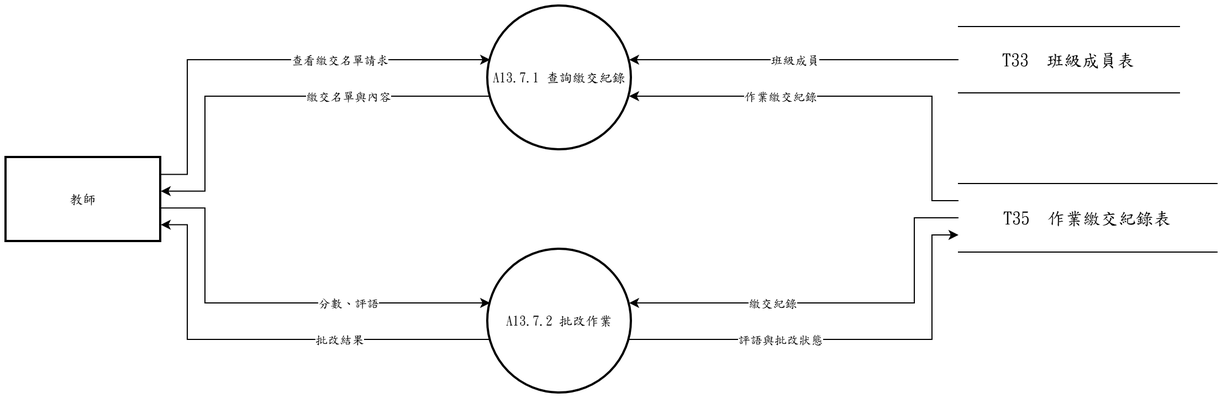
The draw.io diagram 系統文件/第6章/DFD圖/圖13/圖13-7.drawio.png in s22452007/115502, before a commit. Source tidied: cells renumbered, new cells last; positions are measured from the earlier drawing's top-left corner, leaving out a move shared by most shapes.
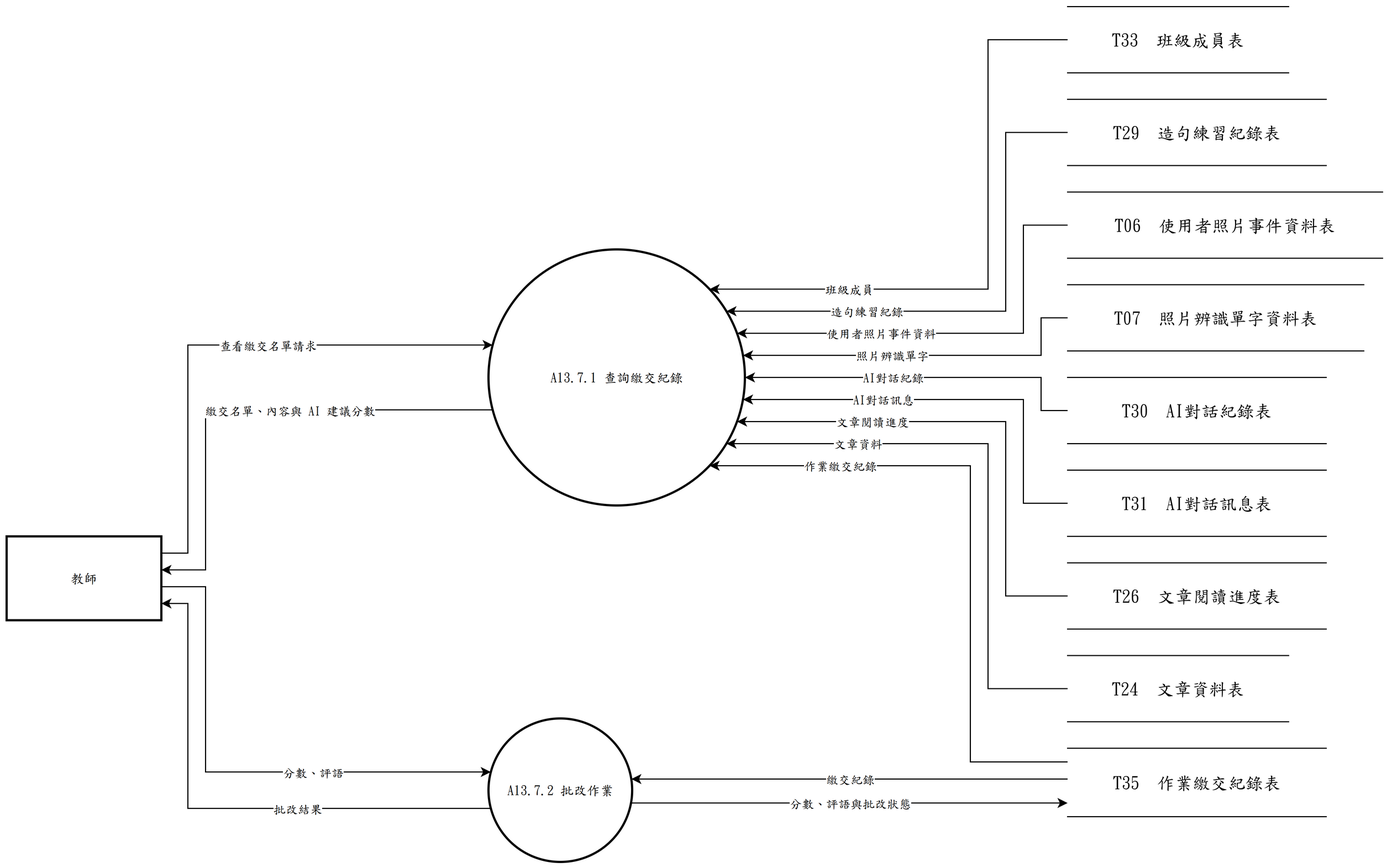
After the change.

Change to the diagram source:
```diff
@@ -3,102 +3,195 @@
     <mxCell id="0" />
     <mxCell id="1" parent="0" />
     <mxCell id="2" value="A13.7.1 查詢繳交紀錄" style="ellipse;strokeWidth=2;whiteSpace=wrap;html=1;fontFamily=標楷體;" parent="1" vertex="1">
-      <mxGeometry x="436" width="130" height="130" as="geometry" />
+      <mxGeometry x="436" y="200" width="232" height="232" as="geometry" />
     </mxCell>
     <mxCell id="3" value="A13.7.2 批改作業" style="ellipse;strokeWidth=2;whiteSpace=wrap;html=1;fontFamily=標楷體;" parent="1" vertex="1">
-      <mxGeometry x="436" y="220" width="130" height="130" as="geometry" />
+      <mxGeometry x="436" y="625" width="130" height="130" as="geometry" />
     </mxCell>
     <mxCell id="4" value="教師" style="whiteSpace=wrap;strokeWidth=2;html=1;fontFamily=標楷體;" parent="1" vertex="1">
-      <mxGeometry y="137" width="140" height="76" as="geometry" />
+      <mxGeometry y="460" width="140" height="76" as="geometry" />
     </mxCell>
     <mxCell id="5" value="T33  班級成員表" style="shape=partialRectangle;whiteSpace=wrap;html=1;left=0;right=0;fontFamily=標楷體;fontSize=16;" parent="1" vertex="1">
-      <mxGeometry x="862" y="18.5" width="200" height="60" as="geometry" />
+      <mxGeometry x="960" y="-20" width="200" height="60" as="geometry" />
     </mxCell>
+    <mxCell id="23" value="T24  文章資料表" style="shape=partialRectangle;whiteSpace=wrap;html=1;left=0;right=0;fontFamily=標楷體;fontSize=16;" parent="1" vertex="1">
+      <mxGeometry x="960" y="568" width="200" height="60" as="geometry" />
+    </mxCell>
+    <mxCell id="24" value="T26  文章閱讀進度表" style="shape=partialRectangle;whiteSpace=wrap;html=1;left=0;right=0;fontFamily=標楷體;fontSize=16;" parent="1" vertex="1">
+      <mxGeometry x="960" y="484" width="234" height="60" as="geometry" />
+    </mxCell>
+    <mxCell id="25" value="T31  AI對話訊息表" style="shape=partialRectangle;whiteSpace=wrap;html=1;left=0;right=0;fontFamily=標楷體;fontSize=16;" parent="1" vertex="1">
+      <mxGeometry x="960" y="400" width="234" height="60" as="geometry" />
+    </mxCell>
+    <mxCell id="26" value="T30  AI對話紀錄表" style="shape=partialRectangle;whiteSpace=wrap;html=1;left=0;right=0;fontFamily=標楷體;fontSize=16;" parent="1" vertex="1">
+      <mxGeometry x="960" y="316" width="234" height="60" as="geometry" />
+    </mxCell>
+    <mxCell id="27" value="T07  照片辨識單字資料表" style="shape=partialRectangle;whiteSpace=wrap;html=1;left=0;right=0;fontFamily=標楷體;fontSize=16;" parent="1" vertex="1">
+      <mxGeometry x="960" y="232" width="268" height="60" as="geometry" />
+    </mxCell>
+    <mxCell id="28" value="T06  使用者照片事件資料表" style="shape=partialRectangle;whiteSpace=wrap;html=1;left=0;right=0;fontFamily=標楷體;fontSize=16;" parent="1" vertex="1">
+      <mxGeometry x="960" y="148" width="285" height="60" as="geometry" />
+    </mxCell>
+    <mxCell id="29" value="T29  造句練習紀錄表" style="shape=partialRectangle;whiteSpace=wrap;html=1;left=0;right=0;fontFamily=標楷體;fontSize=16;" parent="1" vertex="1">
+      <mxGeometry x="960" y="64" width="234" height="60" as="geometry" />
+    </mxCell>
     <mxCell id="6" value="T35  作業繳交紀錄表" style="shape=partialRectangle;whiteSpace=wrap;html=1;left=0;right=0;fontFamily=標楷體;fontSize=16;" parent="1" vertex="1">
-      <mxGeometry x="862" y="160.5" width="234" height="62" as="geometry" />
+      <mxGeometry x="960" y="652" width="234" height="62" as="geometry" />
     </mxCell>
     <mxCell id="7" style="edgeStyle=none;rounded=0;html=1;fontFamily=標楷體;endArrow=classic;exitX=1.0000;exitY=0.2000;exitDx=0;exitDy=0;exitPerimeter=0;entryX=0.0163;entryY=0.3733;entryDx=0;entryDy=0;entryPerimeter=0;" parent="1" edge="1" source="4" target="2">
       <mxGeometry relative="1" as="geometry">
         <Array as="points">
-          <mxPoint x="164" y="152.2" />
-          <mxPoint x="164" y="48.5" />
+          <mxPoint x="164" y="475.2" />
+          <mxPoint x="164" y="286.6" />
         </Array>
       </mxGeometry>
     </mxCell>
     <mxCell id="8" value="查看繳交名單請求" style="edgeLabel;html=1;align=center;verticalAlign=middle;fontFamily=標楷體;" parent="7" vertex="1">
-      <mxGeometry x="0.32" relative="1" as="geometry" />
+      <mxGeometry x="0.16" relative="1" as="geometry" />
     </mxCell>
-    <mxCell id="9" style="edgeStyle=none;rounded=0;html=1;fontFamily=標楷體;endArrow=classic;exitX=0.0000;exitY=0.2500;exitDx=0;exitDy=0;exitPerimeter=0;entryX=0.9837;entryY=0.6267;entryDx=0;entryDy=0;entryPerimeter=0;" parent="1" edge="1" source="6" target="2">
+    <mxCell id="9" style="edgeStyle=none;rounded=0;html=1;fontFamily=標楷體;endArrow=classic;exitX=0.0000;exitY=0.2000;exitDx=0;exitDy=0;exitPerimeter=0;entryX=0.8621;entryY=0.8448;entryDx=0;entryDy=0;entryPerimeter=0;" parent="1" edge="1" source="6" target="2">
       <mxGeometry relative="1" as="geometry">
         <Array as="points">
-          <mxPoint x="838" y="176" />
-          <mxPoint x="838" y="81.5" />
+          <mxPoint x="872" y="664.4" />
+          <mxPoint x="872" y="396" />
         </Array>
       </mxGeometry>
     </mxCell>
     <mxCell id="10" value="作業繳交紀錄" style="edgeLabel;html=1;align=center;verticalAlign=middle;fontFamily=標楷體;" parent="9" vertex="1">
-      <mxGeometry x="0.3" relative="1" as="geometry" />
+      <mxGeometry x="0.6" relative="1" as="geometry" />
     </mxCell>
-    <mxCell id="11" style="edgeStyle=none;rounded=0;html=1;fontFamily=標楷體;endArrow=classic;exitX=0.0000;exitY=0.5000;exitDx=0;exitDy=0;exitPerimeter=0;entryX=0.9837;entryY=0.3733;entryDx=0;entryDy=0;entryPerimeter=0;" parent="1" edge="1" source="5" target="2">
-      <mxGeometry relative="1" as="geometry" />
+    <mxCell id="11" style="edgeStyle=none;rounded=0;html=1;fontFamily=標楷體;endArrow=classic;exitX=0.0000;exitY=0.5000;exitDx=0;exitDy=0;exitPerimeter=0;entryX=0.8621;entryY=0.1552;entryDx=0;entryDy=0;entryPerimeter=0;" parent="1" edge="1" source="5" target="2">
+      <mxGeometry relative="1" as="geometry">
+        <Array as="points">
+          <mxPoint x="888" y="10" />
+          <mxPoint x="888" y="236" />
+        </Array>
+      </mxGeometry>
     </mxCell>
     <mxCell id="12" value="班級成員" style="edgeLabel;html=1;align=center;verticalAlign=middle;fontFamily=標楷體;" parent="11" vertex="1">
-      <mxGeometry relative="1" as="geometry" />
+      <mxGeometry x="0.54" relative="1" as="geometry" />
     </mxCell>
     <mxCell id="13" style="edgeStyle=none;rounded=0;html=1;fontFamily=標楷體;endArrow=classic;exitX=0.0163;exitY=0.6267;exitDx=0;exitDy=0;exitPerimeter=0;entryX=1.0000;entryY=0.4000;entryDx=0;entryDy=0;entryPerimeter=0;" parent="1" edge="1" source="2" target="4">
       <mxGeometry relative="1" as="geometry">
         <Array as="points">
-          <mxPoint x="180" y="81.5" />
-          <mxPoint x="180" y="167.4" />
+          <mxPoint x="180" y="345.4" />
+          <mxPoint x="180" y="490.4" />
         </Array>
       </mxGeometry>
     </mxCell>
-    <mxCell id="14" value="繳交名單與內容" style="edgeLabel;html=1;align=center;verticalAlign=middle;fontFamily=標楷體;" parent="13" vertex="1">
-      <mxGeometry x="-0.33" relative="1" as="geometry" />
+    <mxCell id="14" value="繳交名單、內容與 AI 建議分數" style="edgeLabel;html=1;align=center;verticalAlign=middle;fontFamily=標楷體;" parent="13" vertex="1">
+      <mxGeometry x="-0.17" relative="1" as="geometry" />
     </mxCell>
     <mxCell id="15" style="edgeStyle=none;rounded=0;html=1;fontFamily=標楷體;endArrow=classic;exitX=1.0000;exitY=0.6000;exitDx=0;exitDy=0;exitPerimeter=0;entryX=0.0163;entryY=0.3733;entryDx=0;entryDy=0;entryPerimeter=0;" parent="1" edge="1" source="4" target="3">
       <mxGeometry relative="1" as="geometry">
         <Array as="points">
-          <mxPoint x="180" y="182.6" />
-          <mxPoint x="180" y="268.5" />
+          <mxPoint x="180" y="505.6" />
+          <mxPoint x="180" y="673.5" />
         </Array>
       </mxGeometry>
     </mxCell>
     <mxCell id="16" value="分數、評語" style="edgeLabel;html=1;align=center;verticalAlign=middle;fontFamily=標楷體;" parent="15" vertex="1">
-      <mxGeometry x="0.33" relative="1" as="geometry" />
+      <mxGeometry x="0.31" relative="1" as="geometry" />
     </mxCell>
-    <mxCell id="17" style="edgeStyle=none;rounded=0;html=1;fontFamily=標楷體;endArrow=classic;exitX=0.0000;exitY=0.5000;exitDx=0;exitDy=0;exitPerimeter=0;entryX=0.9837;entryY=0.3733;entryDx=0;entryDy=0;entryPerimeter=0;" parent="1" edge="1" source="6" target="3">
-      <mxGeometry relative="1" as="geometry">
-        <Array as="points">
-          <mxPoint x="822" y="191.5" />
-          <mxPoint x="822" y="268.5" />
-        </Array>
-      </mxGeometry>
+    <mxCell id="17" style="edgeStyle=none;rounded=0;html=1;fontFamily=標楷體;endArrow=classic;exitX=0.0000;exitY=0.4500;exitDx=0;exitDy=0;exitPerimeter=0;entryX=0.9939;entryY=0.4223;entryDx=0;entryDy=0;entryPerimeter=0;" parent="1" edge="1" source="6" target="3">
+      <mxGeometry relative="1" as="geometry" />
     </mxCell>
     <mxCell id="18" value="繳交紀錄" style="edgeLabel;html=1;align=center;verticalAlign=middle;fontFamily=標楷體;" parent="17" vertex="1">
-      <mxGeometry x="0.31" relative="1" as="geometry" />
+      <mxGeometry relative="1" as="geometry" />
     </mxCell>
     <mxCell id="19" style="edgeStyle=none;rounded=0;html=1;fontFamily=標楷體;endArrow=classic;exitX=0.0163;exitY=0.6267;exitDx=0;exitDy=0;exitPerimeter=0;entryX=1.0000;entryY=0.8000;entryDx=0;entryDy=0;entryPerimeter=0;" parent="1" edge="1" source="3" target="4">
       <mxGeometry relative="1" as="geometry">
         <Array as="points">
-          <mxPoint x="164" y="301.5" />
-          <mxPoint x="164" y="197.8" />
+          <mxPoint x="164" y="706.5" />
+          <mxPoint x="164" y="520.8" />
         </Array>
       </mxGeometry>
     </mxCell>
     <mxCell id="20" value="批改結果" style="edgeLabel;html=1;align=center;verticalAlign=middle;fontFamily=標楷體;" parent="19" vertex="1">
-      <mxGeometry x="-0.32" relative="1" as="geometry" />
+      <mxGeometry x="-0.28" relative="1" as="geometry" />
     </mxCell>
-    <mxCell id="21" style="edgeStyle=none;rounded=0;html=1;fontFamily=標楷體;endArrow=classic;exitX=0.9837;exitY=0.6267;exitDx=0;exitDy=0;exitPerimeter=0;entryX=0.0000;entryY=0.7500;entryDx=0;entryDy=0;entryPerimeter=0;" parent="1" edge="1" source="3" target="6">
-      <mxGeometry relative="1" as="geometry">
-        <Array as="points">
-          <mxPoint x="838" y="301.5" />
-          <mxPoint x="838" y="207" />
-        </Array>
-      </mxGeometry>
+    <mxCell id="21" style="edgeStyle=none;rounded=0;html=1;fontFamily=標楷體;endArrow=classic;exitX=0.9920;exitY=0.5892;exitDx=0;exitDy=0;exitPerimeter=0;entryX=0.0000;entryY=0.8000;entryDx=0;entryDy=0;entryPerimeter=0;" parent="1" edge="1" source="3" target="6">
+      <mxGeometry relative="1" as="geometry" />
     </mxCell>
-    <mxCell id="22" value="評語與批改狀態" style="edgeLabel;html=1;align=center;verticalAlign=middle;fontFamily=標楷體;" parent="21" vertex="1">
-      <mxGeometry x="-0.3" relative="1" as="geometry" />
+    <mxCell id="22" value="分數、評語與批改狀態" style="edgeLabel;html=1;align=center;verticalAlign=middle;fontFamily=標楷體;" parent="21" vertex="1">
+      <mxGeometry relative="1" as="geometry" />
     </mxCell>
+    <mxCell id="30" style="edgeStyle=none;rounded=0;html=1;fontFamily=標楷體;endArrow=classic;exitX=0.0000;exitY=0.5000;exitDx=0;exitDy=0;exitPerimeter=0;entryX=0.9279;entryY=0.2414;entryDx=0;entryDy=0;entryPerimeter=0;" parent="1" edge="1" source="29" target="2">
+      <mxGeometry relative="1" as="geometry">
+        <Array as="points">
+          <mxPoint x="904" y="94" />
+          <mxPoint x="904" y="256" />
+        </Array>
+      </mxGeometry>
+    </mxCell>
+    <mxCell id="31" value="造句練習紀錄" style="edgeLabel;html=1;align=center;verticalAlign=middle;fontFamily=標楷體;" parent="30" vertex="1">
+      <mxGeometry x="0.46" relative="1" as="geometry" />
+    </mxCell>
+    <mxCell id="32" style="edgeStyle=none;rounded=0;html=1;fontFamily=標楷體;endArrow=classic;exitX=0.0000;exitY=0.5000;exitDx=0;exitDy=0;exitPerimeter=0;entryX=0.9693;entryY=0.3276;entryDx=0;entryDy=0;entryPerimeter=0;" parent="1" edge="1" source="28" target="2">
+      <mxGeometry relative="1" as="geometry">
+        <Array as="points">
+          <mxPoint x="920" y="178" />
+          <mxPoint x="920" y="276" />
+        </Array>
+      </mxGeometry>
+    </mxCell>
+    <mxCell id="33" value="使用者照片事件資料" style="edgeLabel;html=1;align=center;verticalAlign=middle;fontFamily=標楷體;" parent="32" vertex="1">
+      <mxGeometry x="0.35" relative="1" as="geometry" />
+    </mxCell>
+    <mxCell id="34" style="edgeStyle=none;rounded=0;html=1;fontFamily=標楷體;endArrow=classic;exitX=0.0000;exitY=0.5000;exitDx=0;exitDy=0;exitPerimeter=0;entryX=0.9925;entryY=0.4138;entryDx=0;entryDy=0;entryPerimeter=0;" parent="1" edge="1" source="27" target="2">
+      <mxGeometry relative="1" as="geometry">
+        <Array as="points">
+          <mxPoint x="936" y="262" />
+          <mxPoint x="936" y="296" />
+        </Array>
+      </mxGeometry>
+    </mxCell>
+    <mxCell id="35" value="照片辨識單字" style="edgeLabel;html=1;align=center;verticalAlign=middle;fontFamily=標楷體;" parent="34" vertex="1">
+      <mxGeometry x="0.18" relative="1" as="geometry" />
+    </mxCell>
+    <mxCell id="36" style="edgeStyle=none;rounded=0;html=1;fontFamily=標楷體;endArrow=classic;exitX=0.0000;exitY=0.5000;exitDx=0;exitDy=0;exitPerimeter=0;entryX=1.0000;entryY=0.5000;entryDx=0;entryDy=0;entryPerimeter=0;" parent="1" edge="1" source="26" target="2">
+      <mxGeometry relative="1" as="geometry">
+        <Array as="points">
+          <mxPoint x="936" y="346" />
+          <mxPoint x="936" y="316" />
+        </Array>
+      </mxGeometry>
+    </mxCell>
+    <mxCell id="37" value="AI對話紀錄" style="edgeLabel;html=1;align=center;verticalAlign=middle;fontFamily=標楷體;" parent="36" vertex="1">
+      <mxGeometry x="0.17" relative="1" as="geometry" />
+    </mxCell>
+    <mxCell id="38" style="edgeStyle=none;rounded=0;html=1;fontFamily=標楷體;endArrow=classic;exitX=0.0000;exitY=0.5000;exitDx=0;exitDy=0;exitPerimeter=0;entryX=0.9925;entryY=0.5862;entryDx=0;entryDy=0;entryPerimeter=0;" parent="1" edge="1" source="25" target="2">
+      <mxGeometry relative="1" as="geometry">
+        <Array as="points">
+          <mxPoint x="920" y="430" />
+          <mxPoint x="920" y="336" />
+        </Array>
+      </mxGeometry>
+    </mxCell>
+    <mxCell id="39" value="AI對話訊息" style="edgeLabel;html=1;align=center;verticalAlign=middle;fontFamily=標楷體;" parent="38" vertex="1">
+      <mxGeometry x="0.35" relative="1" as="geometry" />
+    </mxCell>
+    <mxCell id="40" style="edgeStyle=none;rounded=0;html=1;fontFamily=標楷體;endArrow=classic;exitX=0.0000;exitY=0.5000;exitDx=0;exitDy=0;exitPerimeter=0;entryX=0.9693;entryY=0.6724;entryDx=0;entryDy=0;entryPerimeter=0;" parent="1" edge="1" source="24" target="2">
+      <mxGeometry relative="1" as="geometry">
+        <Array as="points">
+          <mxPoint x="904" y="514" />
+          <mxPoint x="904" y="356" />
+        </Array>
+      </mxGeometry>
+    </mxCell>
+    <mxCell id="41" value="文章閱讀進度" style="edgeLabel;html=1;align=center;verticalAlign=middle;fontFamily=標楷體;" parent="40" vertex="1">
+      <mxGeometry x="0.47" relative="1" as="geometry" />
+    </mxCell>
+    <mxCell id="42" style="edgeStyle=none;rounded=0;html=1;fontFamily=標楷體;endArrow=classic;exitX=0.0000;exitY=0.5000;exitDx=0;exitDy=0;exitPerimeter=0;entryX=0.9279;entryY=0.7586;entryDx=0;entryDy=0;entryPerimeter=0;" parent="1" edge="1" source="23" target="2">
+      <mxGeometry relative="1" as="geometry">
+        <Array as="points">
+          <mxPoint x="888" y="598" />
+          <mxPoint x="888" y="376" />
+        </Array>
+      </mxGeometry>
+    </mxCell>
+    <mxCell id="43" value="文章資料" style="edgeLabel;html=1;align=center;verticalAlign=middle;fontFamily=標楷體;" parent="42" vertex="1">
+      <mxGeometry x="0.55" relative="1" as="geometry" />
+    </mxCell>
   </root>
 </mxGraphModel>
```
